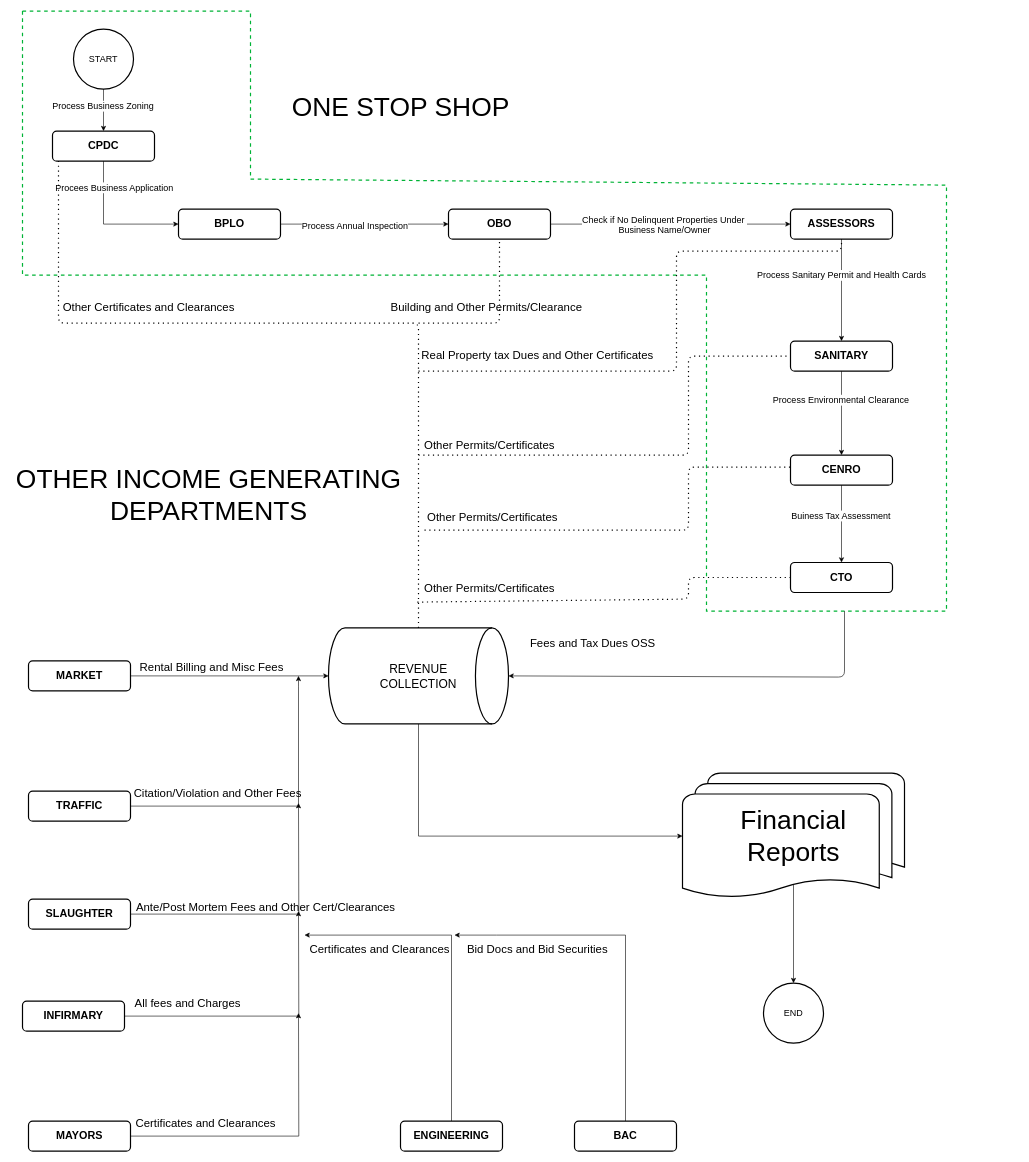
This is Untitled Diagram.drawio from sonjie24/Schema, a draw.io file, before an edit. Source tidied: cells renumbered, new cells numbered last; positions are measured from the earlier drawing's top-left corner, leaving out a move shared by most shapes. Both pictures are drawn from the tidied source at 60%, with x=0, y=0 at pixel (10, 11).
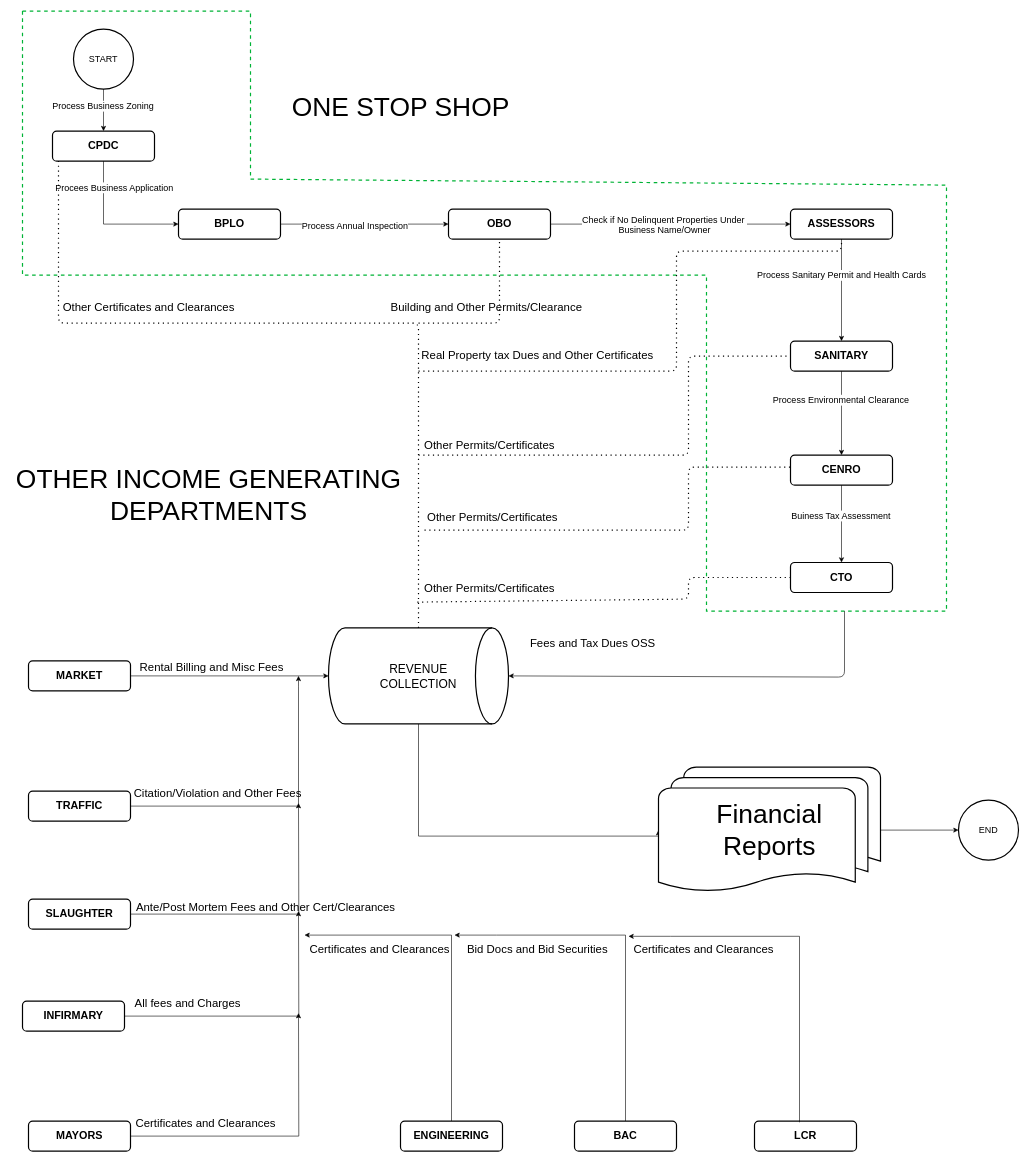
The same diagram, later.

Change to the diagram source:
```diff
@@
-    <mxCell id="57" style="edgeStyle=orthogonalEdgeStyle;rounded=0;jettySize=auto;html=1;fontFamily=Helvetica;fontSize=20;exitX=0.5;exitY=0.88;exitDx=0;exitDy=0;exitPerimeter=0;" parent="1" edge="1" source="58" target="59">
+    <mxCell id="57" style="edgeStyle=orthogonalEdgeStyle;rounded=0;jettySize=auto;html=1;fontFamily=Helvetica;fontSize=20;exitX=1;exitY=0.5;exitDx=0;exitDy=0;exitPerimeter=0;" parent="1" edge="1" source="58" target="59">
       <mxGeometry relative="1" as="geometry" />
     </mxCell>
     <mxCell id="58" value="Financial &lt;br&gt;Reports" style="strokeWidth=2;html=1;shape=mxgraph.flowchart.multi-document;whiteSpace=wrap;labelBackgroundColor=#ffffff;fontFamily=Helvetica;fontSize=44;" parent="1" vertex="1">
-      <mxGeometry x="1120" y="1270" width="370" height="210" as="geometry" />
+      <mxGeometry x="1080" y="1260" width="370" height="210" as="geometry" />
     </mxCell>
     <mxCell id="59" value="END" style="strokeWidth=2;html=1;shape=mxgraph.flowchart.start_2;whiteSpace=wrap;fontSize=15;" parent="1" vertex="1">
-      <mxGeometry x="1255" y="1620" width="100" height="100" as="geometry" />
+      <mxGeometry x="1580" y="1315" width="100" height="100" as="geometry" />
     </mxCell>
@@
+    <mxCell id="67" value="&lt;h2&gt;LCR&lt;/h2&gt;" style="rounded=1;whiteSpace=wrap;html=1;absoluteArcSize=1;arcSize=14;strokeWidth=2;" parent="1" vertex="1">
+      <mxGeometry x="1240" y="1850" width="170" height="50" as="geometry" />
+    </mxCell>
+    <mxCell id="68" style="edgeStyle=orthogonalEdgeStyle;rounded=0;orthogonalLoop=1;jettySize=auto;html=1;fontFamily=Helvetica;fontSize=20;" parent="1" edge="1">
+      <mxGeometry relative="1" as="geometry">
+        <mxPoint x="1315" y="1852" as="sourcePoint" />
+        <mxPoint x="1030" y="1542" as="targetPoint" />
+        <Array as="points">
+          <mxPoint x="1315" y="1542" />
+          <mxPoint x="1100" y="1542" />
+        </Array>
+      </mxGeometry>
+    </mxCell>
+    <mxCell id="69" value="&lt;span style=&quot;font-size: 19px&quot;&gt;Certificates and Clearances&lt;/span&gt;" style="text;html=1;align=center;verticalAlign=middle;fontSize=44;fontFamily=Helvetica;" parent="1" vertex="1">
+      <mxGeometry x="1030" y="1520" width="250" height="70" as="geometry" />
+    </mxCell>
```
